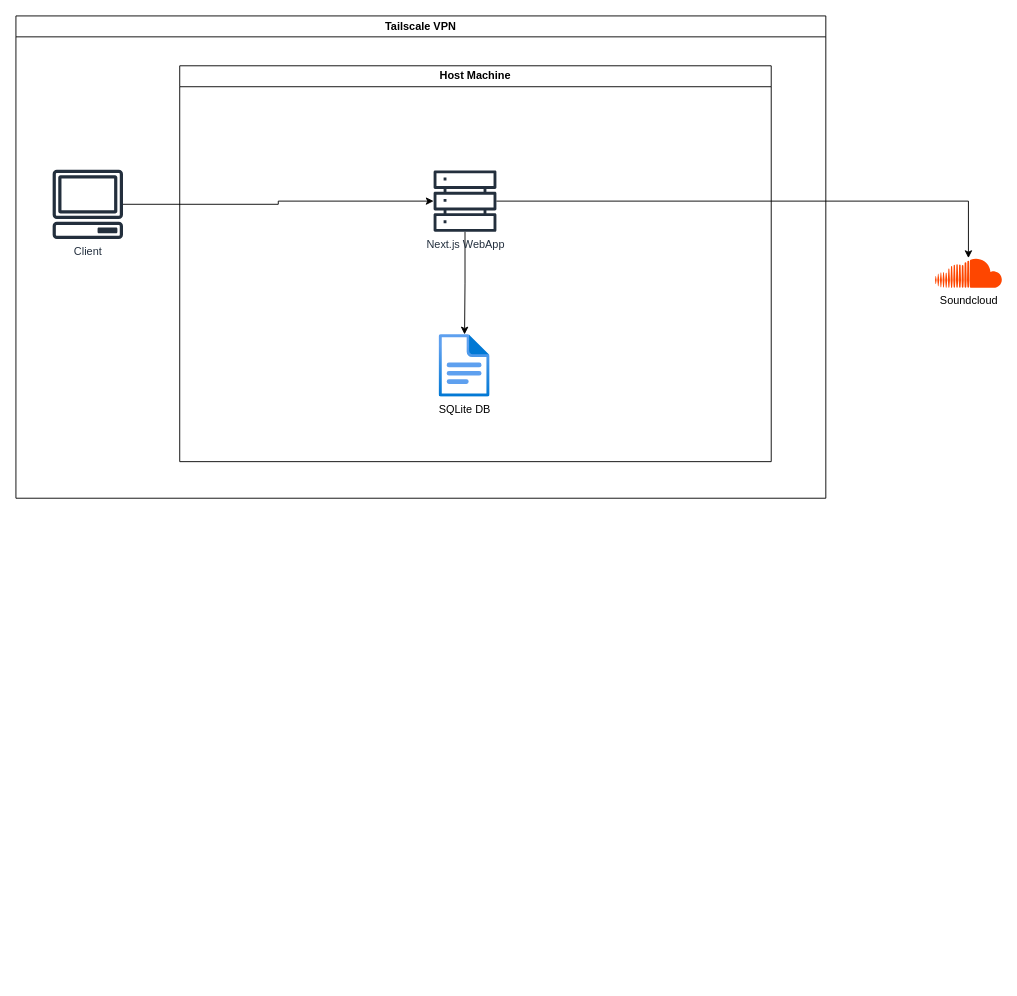
Earlier version of the draw.io diagram docs/Music Masters.drawio (lpbattersby/music-masters). Source tidied: cells renumbered, new cells numbered last; positions are measured from the earlier drawing's top-left corner, leaving out a move shared by most shapes. Both pictures are drawn from the tidied source at 91%, with x=0, y=0 at pixel (15, 15). Pictures stored in the file or linked from it are replaced by grey dashed boxes.
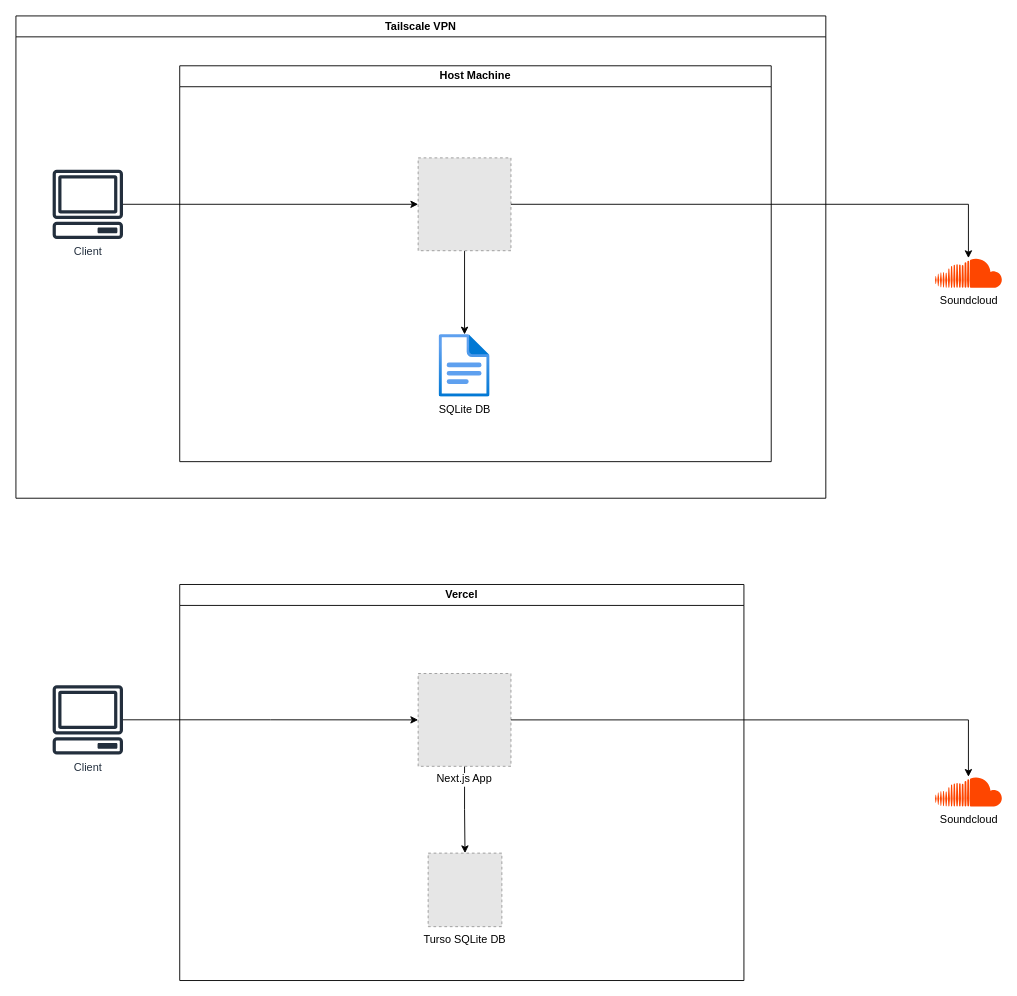
After the change.

Commit message (it also covers changes not shown here):
Update draw.io diagram with Vercel hosting

Change to the diagram source:
```diff
@@
 <mxGraphModel>
   <root>
     <mxCell id="0" />
     <mxCell id="1" parent="0" />
     <mxCell id="2" value="Tailscale VPN" style="swimlane;whiteSpace=wrap;html=1;" parent="1" vertex="1">
       <mxGeometry width="890" height="530" as="geometry" />
     </mxCell>
     <mxCell id="3" value="Client" style="sketch=0;outlineConnect=0;fontColor=#232F3E;gradientColor=none;fillColor=#232F3D;strokeColor=none;dashed=0;verticalLabelPosition=bottom;verticalAlign=top;align=center;html=1;fontSize=12;fontStyle=0;shape=mxgraph.aws4.client;labelPerimeter=1;" parent="2" vertex="1">
       <mxGeometry x="40" y="169" width="78" height="76" as="geometry" />
     </mxCell>
     <mxCell id="4" value="Soundcloud" style="dashed=0;outlineConnect=0;html=1;align=center;labelPosition=center;verticalLabelPosition=bottom;verticalAlign=top;shape=mxgraph.weblogos.soundcloud;fillColor=#FE4600;strokeColor=none;labelPerimeter=1;" parent="1" vertex="1">
       <mxGeometry x="1010" y="266.1" width="73.4" height="32.6" as="geometry" />
     </mxCell>
     <mxCell id="5" value="Host Machine" style="swimlane;whiteSpace=wrap;html=1;" parent="1" vertex="1">
       <mxGeometry x="180" y="54.8" width="650" height="435" as="geometry" />
     </mxCell>
     <mxCell id="6" value="&lt;div&gt;SQLite DB&lt;/div&gt;" style="image;html=1;align=center;fontSize=12;image=img/lib/azure2/general/File.svg;points=[[0.5,0.003,0],[0.5,0.998,0],[0,0.5,0],[1,0.5,0],[0.984,0.32,0],[0.993,0.985,0],[0.007,0.985,0],[0.007,0.015,0]];labelPerimeter=1;" parent="5" vertex="1">
       <mxGeometry x="285" y="295.2" width="56" height="69" as="geometry" />
     </mxCell>
-    <mxCell id="7" style="edgeStyle=orthogonalEdgeStyle;rounded=0;jettySize=auto;html=1;defaultLabelBackgroundColor=page;" parent="5" edge="1" source="8" target="6">
+    <mxCell id="7" style="edgeStyle=orthogonalEdgeStyle;rounded=0;jettySize=auto;html=1;defaultLabelBackgroundColor=page;" parent="5" edge="1" source="11" target="6">
       <mxGeometry x="0.6" relative="1" as="geometry" />
     </mxCell>
-    <mxCell id="8" value="&lt;div&gt;Next.js WebApp&lt;/div&gt;&lt;div&gt;&lt;br&gt;&lt;/div&gt;" style="sketch=0;outlineConnect=0;fontColor=#232F3E;gradientColor=none;fillColor=#232F3D;strokeColor=none;dashed=0;verticalLabelPosition=bottom;verticalAlign=top;align=center;html=1;fontSize=12;fontStyle=0;shape=mxgraph.aws4.servers;labelPerimeter=1;" parent="5" vertex="1">
-      <mxGeometry x="279" y="114.2" width="69" height="69" as="geometry" />
-    </mxCell>
+    <mxCell id="11" style="fillColor=#E6E6E6;strokeColor=#999999;dashed=1;verticalLabelPosition=bottom;labelBackgroundColor=default;verticalAlign=top;" parent="5" vertex="1">
+      <mxGeometry x="262" y="101.2" width="102" height="102" as="geometry" />
+    </mxCell>
-    <mxCell id="9" style="edgeStyle=orthogonalEdgeStyle;rounded=0;jettySize=auto;html=1;defaultLabelBackgroundColor=page;" parent="1" edge="1" source="8" target="4">
+    <mxCell id="9" style="edgeStyle=orthogonalEdgeStyle;rounded=0;jettySize=auto;html=1;defaultLabelBackgroundColor=page;" parent="1" edge="1" source="11" target="4">
       <mxGeometry x="0.45" relative="1" as="geometry" />
     </mxCell>
-    <mxCell id="10" style="edgeStyle=orthogonalEdgeStyle;rounded=0;jettySize=auto;html=1;defaultLabelBackgroundColor=page;" parent="1" edge="1" source="3" target="8">
+    <mxCell id="10" style="edgeStyle=orthogonalEdgeStyle;rounded=0;jettySize=auto;html=1;defaultLabelBackgroundColor=page;entryX=0;entryY=0.5;entryDx=0;entryDy=0;" parent="1" edge="1" source="3" target="11">
       <mxGeometry x="-0.4" relative="1" as="geometry" />
     </mxCell>
+    <mxCell id="12" value="Soundcloud" style="dashed=0;outlineConnect=0;html=1;align=center;labelPosition=center;verticalLabelPosition=bottom;verticalAlign=top;shape=mxgraph.weblogos.soundcloud;fillColor=#FE4600;strokeColor=none;labelPerimeter=1;" parent="1" vertex="1">
+      <mxGeometry x="1010" y="836.1" width="73.4" height="32.6" as="geometry" />
+    </mxCell>
+    <mxCell id="13" value="Vercel" style="swimlane;whiteSpace=wrap;html=1;" parent="1" vertex="1">
+      <mxGeometry x="180" y="624.8" width="620" height="435.2" as="geometry" />
+    </mxCell>
+    <mxCell id="14" style="edgeStyle=orthogonalEdgeStyle;rounded=0;jettySize=auto;html=1;defaultLabelBackgroundColor=page;" parent="13" edge="1" source="15" target="16">
+      <mxGeometry x="0.6" relative="1" as="geometry" />
+    </mxCell>
+    <mxCell id="15" value="Next.js App" style="fillColor=#E6E6E6;strokeColor=#999999;dashed=1;verticalLabelPosition=bottom;labelBackgroundColor=default;verticalAlign=top;" parent="13" vertex="1">
+      <mxGeometry x="262" y="97.8" width="102" height="102" as="geometry" />
+    </mxCell>
+    <mxCell id="16" value="Turso SQLite DB" style="fillColor=#E6E6E6;strokeColor=#999999;dashed=1;verticalLabelPosition=bottom;labelBackgroundColor=default;verticalAlign=top;" parent="13" vertex="1">
+      <mxGeometry x="273" y="295.2" width="81" height="80.8" as="geometry" />
+    </mxCell>
+    <mxCell id="17" style="edgeStyle=orthogonalEdgeStyle;rounded=0;jettySize=auto;html=1;defaultLabelBackgroundColor=page;" parent="1" edge="1" source="15" target="12">
+      <mxGeometry x="0.45" relative="1" as="geometry" />
+    </mxCell>
+    <mxCell id="18" style="edgeStyle=orthogonalEdgeStyle;rounded=0;jettySize=auto;html=1;defaultLabelBackgroundColor=page;" parent="1" edge="1" source="19" target="15">
+      <mxGeometry x="-0.4" relative="1" as="geometry" />
+    </mxCell>
+    <mxCell id="19" value="Client" style="sketch=0;outlineConnect=0;fontColor=#232F3E;gradientColor=none;fillColor=#232F3D;strokeColor=none;dashed=0;verticalLabelPosition=bottom;verticalAlign=top;align=center;html=1;fontSize=12;fontStyle=0;shape=mxgraph.aws4.client;labelPerimeter=1;" parent="1" vertex="1">
+      <mxGeometry x="40" y="735.5" width="78" height="76" as="geometry" />
+    </mxCell>
   </root>
 </mxGraphModel>
```
